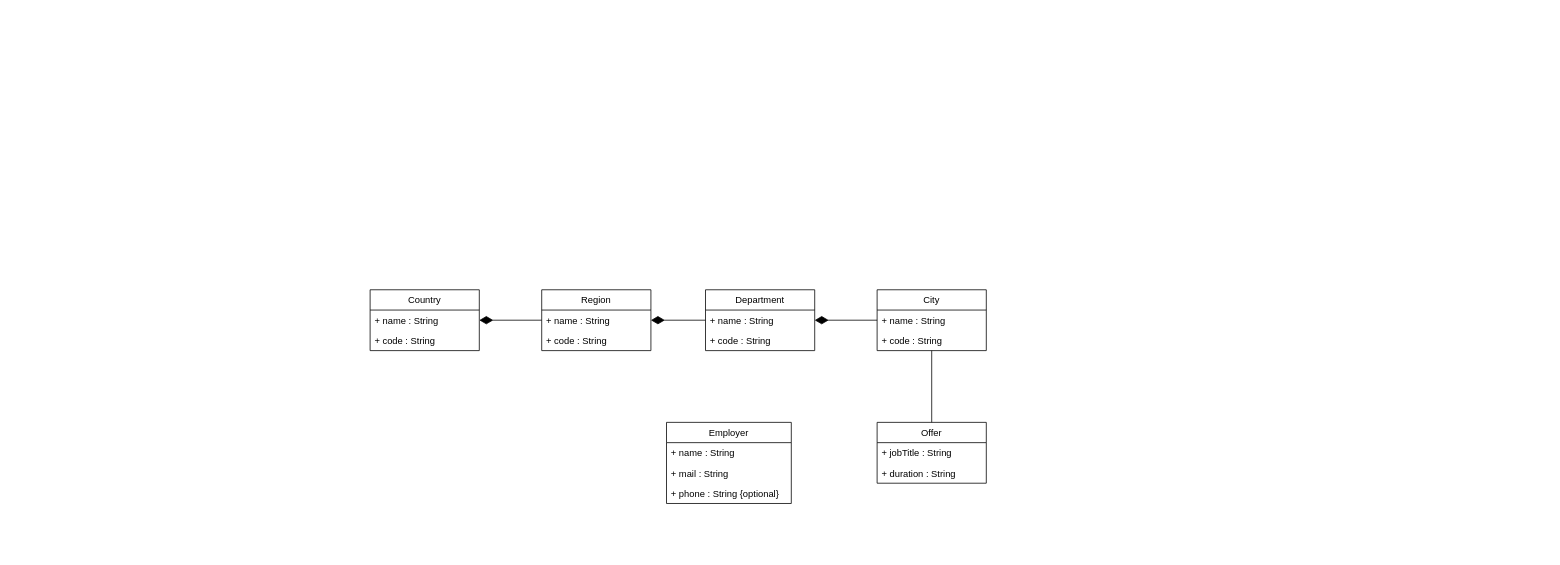
Papittson/JobRetriever keeps this draw.io diagram as UML.drawio. Above is the earlier version. Source tidied: cells renumbered, new cells numbered last; positions are measured from the earlier drawing's top-left corner, leaving out a move shared by most shapes. Both pictures are drawn from the tidied source at 78%, with x=0, y=0 at pixel (370, 289).
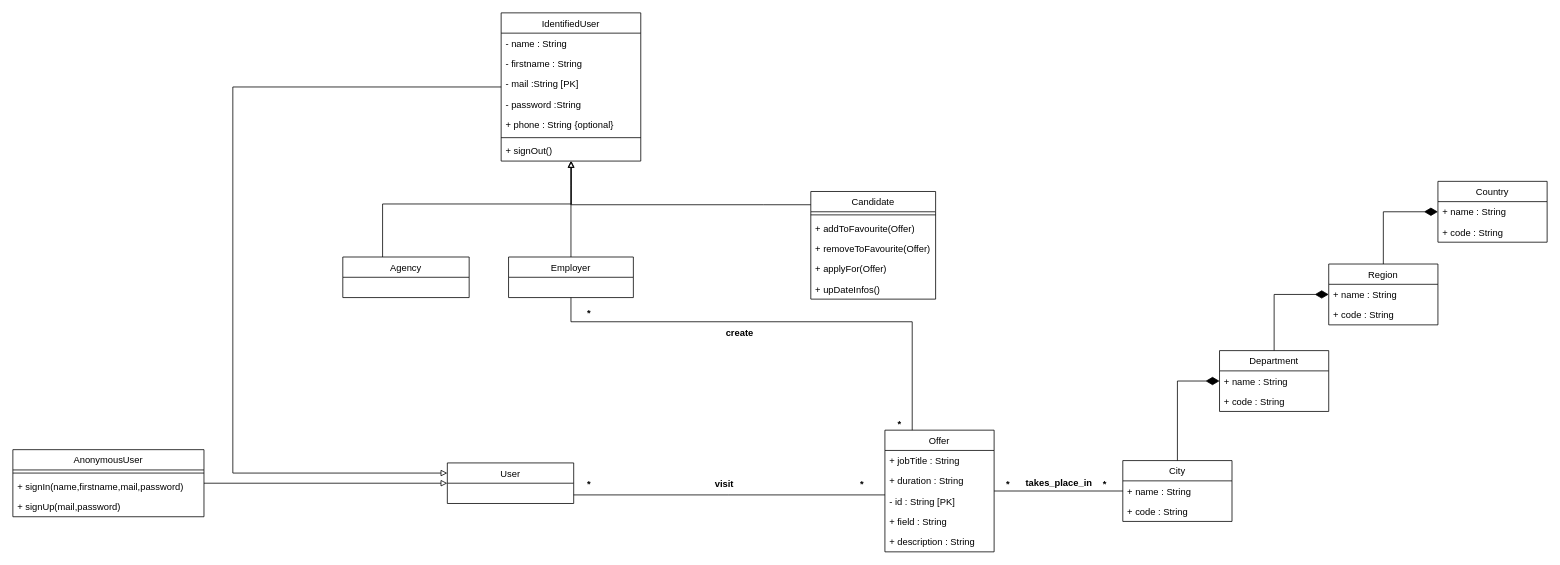
Above is the later version.

Diff of the diagram source:
```diff
@@
     <mxCell id="3" value="Offer" style="swimlane;fontStyle=0;horizontal=1;startSize=26;fillColor=none;" parent="1" vertex="1">
-      <mxGeometry x="650" y="170" width="140" height="78" as="geometry" />
+      <mxGeometry x="660" y="180" width="140" height="156" as="geometry" />
     </mxCell>
@@
+    <mxCell id="25" value="- id : String [PK]" style="text;strokeColor=none;fillColor=none;align=left;verticalAlign=top;spacingLeft=4;spacingRight=4;overflow=hidden;" parent="3" vertex="1">
+      <mxGeometry y="78" width="140" height="26" as="geometry" />
+    </mxCell>
+    <mxCell id="26" value="+ field : String" style="text;strokeColor=none;fillColor=none;align=left;verticalAlign=top;spacingLeft=4;spacingRight=4;overflow=hidden;" parent="3" vertex="1">
+      <mxGeometry y="104" width="140" height="26" as="geometry" />
+    </mxCell>
+    <mxCell id="27" value="+ description : String" style="text;strokeColor=none;fillColor=none;align=left;verticalAlign=top;spacingLeft=4;spacingRight=4;overflow=hidden;" parent="3" vertex="1">
+      <mxGeometry y="130" width="140" height="26" as="geometry" />
+    </mxCell>
     <mxCell id="6" value="Country" style="swimlane;fontStyle=0;horizontal=1;startSize=26;fillColor=none;" parent="1" vertex="1">
-      <mxGeometry width="140" height="78" as="geometry" />
+      <mxGeometry x="1369" y="-139" width="140" height="78" as="geometry" />
     </mxCell>
-    <mxCell id="7" value="+ name : String" style="text;strokeColor=none;fillColor=none;align=left;verticalAlign=top;spacingLeft=4;spacingRight=4;overflow=hidden;points=[[0,0.5],[1,0.5]];portConstraint=eastwest;" parent="6" vertex="1">
-      <mxGeometry y="26" width="140" height="26" as="geometry" />
-    </mxCell>
-    <mxCell id="8" value="+ code : String" style="text;strokeColor=none;fillColor=none;align=left;verticalAlign=top;spacingLeft=4;spacingRight=4;overflow=hidden;" parent="6" vertex="1">
-      <mxGeometry y="52" width="140" height="26" as="geometry" />
-    </mxCell>
-    <mxCell id="9" style="edgeStyle=orthogonalEdgeStyle;rounded=0;jettySize=auto;html=1;entryX=1;entryY=0.5;entryDx=0;entryDy=0;endArrow=diamondThin;endFill=1;endSize=15;" parent="1" edge="1" source="10" target="7">
-      <mxGeometry relative="1" as="geometry" />
-    </mxCell>
+    <mxCell id="28" value="+ name : String" style="text;strokeColor=none;fillColor=none;align=left;verticalAlign=top;spacingLeft=4;spacingRight=4;overflow=hidden;points=[[0,0.5],[1,0.5]];portConstraint=eastwest;" parent="6" vertex="1">
+      <mxGeometry y="26" width="140" height="26" as="geometry" />
+    </mxCell>
+    <mxCell id="29" value="+ code : String" style="text;strokeColor=none;fillColor=none;align=left;verticalAlign=top;spacingLeft=4;spacingRight=4;overflow=hidden;" parent="6" vertex="1">
+      <mxGeometry y="52" width="140" height="26" as="geometry" />
+    </mxCell>
+    <mxCell id="30" style="edgeStyle=orthogonalEdgeStyle;rounded=0;jettySize=auto;html=1;entryX=0;entryY=0.5;entryDx=0;entryDy=0;endArrow=diamondThin;endFill=1;endSize=15;" parent="1" edge="1" source="10" target="28">
+      <mxGeometry relative="1" as="geometry" />
+    </mxCell>
     <mxCell id="10" value="Region" style="swimlane;fontStyle=0;horizontal=1;startSize=26;fillColor=none;" parent="1" vertex="1">
-      <mxGeometry x="220" width="140" height="78" as="geometry" />
+      <mxGeometry x="1229" y="-33" width="140" height="78" as="geometry" />
     </mxCell>
-    <mxCell id="11" value="+ name : String" style="text;strokeColor=none;fillColor=none;align=left;verticalAlign=top;spacingLeft=4;spacingRight=4;overflow=hidden;points=[[0,0.5],[1,0.5]];portConstraint=eastwest;" parent="10" vertex="1">
-      <mxGeometry y="26" width="140" height="26" as="geometry" />
-    </mxCell>
-    <mxCell id="12" value="+ code : String" style="text;strokeColor=none;fillColor=none;align=left;verticalAlign=top;spacingLeft=4;spacingRight=4;overflow=hidden;" parent="10" vertex="1">
-      <mxGeometry y="52" width="140" height="26" as="geometry" />
-    </mxCell>
-    <mxCell id="13" style="edgeStyle=orthogonalEdgeStyle;rounded=0;jettySize=auto;html=1;entryX=1;entryY=0.5;entryDx=0;entryDy=0;endArrow=diamondThin;endFill=1;endSize=15;startSize=0;" parent="1" edge="1" source="14" target="19">
-      <mxGeometry relative="1" as="geometry" />
-    </mxCell>
+    <mxCell id="31" value="+ name : String" style="text;strokeColor=none;fillColor=none;align=left;verticalAlign=top;spacingLeft=4;spacingRight=4;overflow=hidden;points=[[0,0.5],[1,0.5]];portConstraint=eastwest;" parent="10" vertex="1">
+      <mxGeometry y="26" width="140" height="26" as="geometry" />
+    </mxCell>
+    <mxCell id="32" value="+ code : String" style="text;strokeColor=none;fillColor=none;align=left;verticalAlign=top;spacingLeft=4;spacingRight=4;overflow=hidden;" parent="10" vertex="1">
+      <mxGeometry y="52" width="140" height="26" as="geometry" />
+    </mxCell>
+    <mxCell id="33" style="edgeStyle=orthogonalEdgeStyle;rounded=0;jettySize=auto;html=1;entryX=0;entryY=0.5;entryDx=0;entryDy=0;endArrow=diamondThin;endFill=1;endSize=15;startSize=0;" parent="1" edge="1" source="14" target="37">
+      <mxGeometry relative="1" as="geometry" />
+    </mxCell>
     <mxCell id="14" value="City" style="swimlane;fontStyle=0;horizontal=1;startSize=26;fillColor=none;" parent="1" vertex="1">
-      <mxGeometry x="650" width="140" height="78" as="geometry" />
+      <mxGeometry x="965" y="219" width="140" height="78" as="geometry" />
     </mxCell>
-    <mxCell id="15" value="+ name : String" style="text;strokeColor=none;fillColor=none;align=left;verticalAlign=top;spacingLeft=4;spacingRight=4;overflow=hidden;" parent="14" vertex="1">
-      <mxGeometry y="26" width="140" height="26" as="geometry" />
-    </mxCell>
-    <mxCell id="16" value="+ code : String" style="text;strokeColor=none;fillColor=none;align=left;verticalAlign=top;spacingLeft=4;spacingRight=4;overflow=hidden;" parent="14" vertex="1">
-      <mxGeometry y="52" width="140" height="26" as="geometry" />
-    </mxCell>
-    <mxCell id="17" style="edgeStyle=orthogonalEdgeStyle;rounded=0;jettySize=auto;html=1;entryX=1;entryY=0.5;entryDx=0;entryDy=0;endArrow=diamondThin;endFill=1;endSize=15;" parent="1" edge="1" source="18" target="11">
-      <mxGeometry relative="1" as="geometry" />
-    </mxCell>
+    <mxCell id="34" value="+ name : String" style="text;strokeColor=none;fillColor=none;align=left;verticalAlign=top;spacingLeft=4;spacingRight=4;overflow=hidden;" parent="14" vertex="1">
+      <mxGeometry y="26" width="140" height="26" as="geometry" />
+    </mxCell>
+    <mxCell id="35" value="+ code : String" style="text;strokeColor=none;fillColor=none;align=left;verticalAlign=top;spacingLeft=4;spacingRight=4;overflow=hidden;" parent="14" vertex="1">
+      <mxGeometry y="52" width="140" height="26" as="geometry" />
+    </mxCell>
+    <mxCell id="36" style="edgeStyle=orthogonalEdgeStyle;rounded=0;jettySize=auto;html=1;entryX=0;entryY=0.5;entryDx=0;entryDy=0;endArrow=diamondThin;endFill=1;endSize=15;" parent="1" edge="1" source="18" target="31">
+      <mxGeometry relative="1" as="geometry" />
+    </mxCell>
     <mxCell id="18" value="Department" style="swimlane;fontStyle=0;horizontal=1;startSize=26;fillColor=none;" parent="1" vertex="1">
-      <mxGeometry x="430" width="140" height="78" as="geometry" />
+      <mxGeometry x="1089" y="78" width="140" height="78" as="geometry" />
     </mxCell>
-    <mxCell id="19" value="+ name : String" style="text;strokeColor=none;fillColor=none;align=left;verticalAlign=top;spacingLeft=4;spacingRight=4;overflow=hidden;points=[[0,0.5],[1,0.5]];portConstraint=eastwest;" parent="18" vertex="1">
-      <mxGeometry y="26" width="140" height="26" as="geometry" />
-    </mxCell>
-    <mxCell id="20" value="+ code : String" style="text;strokeColor=none;fillColor=none;align=left;verticalAlign=top;spacingLeft=4;spacingRight=4;overflow=hidden;" parent="18" vertex="1">
-      <mxGeometry y="52" width="140" height="26" as="geometry" />
-    </mxCell>
+    <mxCell id="37" value="+ name : String" style="text;strokeColor=none;fillColor=none;align=left;verticalAlign=top;spacingLeft=4;spacingRight=4;overflow=hidden;points=[[0,0.5],[1,0.5]];portConstraint=eastwest;" parent="18" vertex="1">
+      <mxGeometry y="26" width="140" height="26" as="geometry" />
+    </mxCell>
+    <mxCell id="38" value="+ code : String" style="text;strokeColor=none;fillColor=none;align=left;verticalAlign=top;spacingLeft=4;spacingRight=4;overflow=hidden;" parent="18" vertex="1">
+      <mxGeometry y="52" width="140" height="26" as="geometry" />
+    </mxCell>
+    <mxCell id="39" style="edgeStyle=orthogonalEdgeStyle;rounded=0;jettySize=auto;html=1;endArrow=block;endFill=0;" parent="1" edge="1" source="21" target="49">
+      <mxGeometry relative="1" as="geometry">
+        <Array as="points">
+          <mxPoint x="258" y="-134" />
+          <mxPoint x="258" y="-134" />
+        </Array>
+      </mxGeometry>
+    </mxCell>
+    <mxCell id="40" style="edgeStyle=orthogonalEdgeStyle;rounded=0;jettySize=auto;html=1;entryX=0.25;entryY=0;entryDx=0;entryDy=0;endArrow=none;endFill=0;" parent="1" edge="1" source="21" target="3">
+      <mxGeometry relative="1" as="geometry">
+        <Array as="points">
+          <mxPoint x="258" y="41" />
+          <mxPoint x="695" y="41" />
+        </Array>
+      </mxGeometry>
+    </mxCell>
     <mxCell id="21" value="Employer" style="swimlane;fontStyle=0;horizontal=1;startSize=26;fillColor=none;" parent="1" vertex="1">
-      <mxGeometry x="380" y="170" width="160" height="104" as="geometry" />
+      <mxGeometry x="177.5" y="-42" width="160" height="52" as="geometry" />
     </mxCell>
-    <mxCell id="22" value="+ name : String" style="text;strokeColor=none;fillColor=none;align=left;verticalAlign=top;spacingLeft=4;spacingRight=4;overflow=hidden;" parent="21" vertex="1">
-      <mxGeometry y="26" width="160" height="26" as="geometry" />
-    </mxCell>
-    <mxCell id="23" value="+ mail : String" style="text;strokeColor=none;fillColor=none;align=left;verticalAlign=top;spacingLeft=4;spacingRight=4;overflow=hidden;" parent="21" vertex="1">
-      <mxGeometry y="52" width="160" height="26" as="geometry" />
-    </mxCell>
+    <mxCell id="41" style="edgeStyle=orthogonalEdgeStyle;rounded=0;jettySize=auto;html=1;endArrow=block;endFill=0;" parent="1" edge="1" source="42" target="49">
+      <mxGeometry relative="1" as="geometry">
+        <Array as="points">
+          <mxPoint x="16" y="-110" />
+          <mxPoint x="258" y="-110" />
+        </Array>
+      </mxGeometry>
+    </mxCell>
+    <mxCell id="42" value="Agency" style="swimlane;fontStyle=0;horizontal=1;startSize=26;fillColor=none;" parent="1" vertex="1">
+      <mxGeometry x="-35" y="-42" width="162" height="52" as="geometry" />
+    </mxCell>
+    <mxCell id="43" style="edgeStyle=orthogonalEdgeStyle;rounded=0;jettySize=auto;html=1;entryX=0;entryY=0.5;entryDx=0;entryDy=0;endArrow=block;endFill=0;" parent="1" edge="1" source="44" target="64">
+      <mxGeometry relative="1" as="geometry" />
+    </mxCell>
+    <mxCell id="44" value="AnonymousUser" style="swimlane;fontStyle=0;horizontal=1;startSize=26;fillColor=none;" parent="1" vertex="1">
+      <mxGeometry x="-458" y="205" width="245" height="86" as="geometry" />
+    </mxCell>
+    <mxCell id="45" style="line;strokeWidth=1;fillColor=none;align=left;verticalAlign=middle;spacingTop=-1;spacingLeft=3;spacingRight=3;labelPosition=right;strokeColor=inherit;" parent="44" vertex="1">
+      <mxGeometry y="26" width="245" height="8" as="geometry" />
+    </mxCell>
+    <mxCell id="46" value="+ signIn(name,firstname,mail,password)" style="text;strokeColor=none;fillColor=none;align=left;verticalAlign=top;spacingLeft=4;spacingRight=4;overflow=hidden;" parent="44" vertex="1">
+      <mxGeometry y="34" width="245" height="26" as="geometry" />
+    </mxCell>
+    <mxCell id="47" value="+ signUp(mail,password)" style="text;strokeColor=none;fillColor=none;align=left;verticalAlign=top;spacingLeft=4;spacingRight=4;overflow=hidden;" parent="44" vertex="1">
+      <mxGeometry y="60" width="245" height="26" as="geometry" />
+    </mxCell>
+    <mxCell id="48" style="edgeStyle=orthogonalEdgeStyle;rounded=0;jettySize=auto;html=1;entryX=0;entryY=0.25;entryDx=0;entryDy=0;endArrow=block;endFill=0;" parent="1" edge="1" source="49" target="64">
+      <mxGeometry relative="1" as="geometry">
+        <Array as="points">
+          <mxPoint x="-176" y="-260" />
+          <mxPoint x="-176" y="235" />
+        </Array>
+      </mxGeometry>
+    </mxCell>
+    <mxCell id="49" value="IdentifiedUser" style="swimlane;fontStyle=0;horizontal=1;startSize=26;fillColor=none;" parent="1" vertex="1">
+      <mxGeometry x="168" y="-355" width="179" height="190" as="geometry" />
+    </mxCell>
+    <mxCell id="50" value="- name : String" style="text;strokeColor=none;fillColor=none;align=left;verticalAlign=top;spacingLeft=4;spacingRight=4;overflow=hidden;" parent="49" vertex="1">
+      <mxGeometry y="26" width="179" height="26" as="geometry" />
+    </mxCell>
+    <mxCell id="51" value="- firstname : String" style="text;strokeColor=none;fillColor=none;align=left;verticalAlign=top;spacingLeft=4;spacingRight=4;overflow=hidden;" parent="49" vertex="1">
+      <mxGeometry y="52" width="179" height="26" as="geometry" />
+    </mxCell>
+    <mxCell id="52" value="- mail :String [PK]" style="text;strokeColor=none;fillColor=none;align=left;verticalAlign=top;spacingLeft=4;spacingRight=4;overflow=hidden;" parent="49" vertex="1">
+      <mxGeometry y="78" width="179" height="26" as="geometry" />
+    </mxCell>
+    <mxCell id="53" value="- password :String" style="text;strokeColor=none;fillColor=none;align=left;verticalAlign=top;spacingLeft=4;spacingRight=4;overflow=hidden;" parent="49" vertex="1">
+      <mxGeometry y="104" width="179" height="26" as="geometry" />
+    </mxCell>
-    <mxCell id="24" value="+ phone : String {optional}" style="text;strokeColor=none;fillColor=none;align=left;verticalAlign=top;spacingLeft=4;spacingRight=4;overflow=hidden;" parent="21" vertex="1">
-      <mxGeometry y="78" width="160" height="26" as="geometry" />
+    <mxCell id="24" value="+ phone : String {optional}" style="text;strokeColor=none;fillColor=none;align=left;verticalAlign=top;spacingLeft=4;spacingRight=4;overflow=hidden;" parent="49" vertex="1">
+      <mxGeometry y="130" width="179" height="26" as="geometry" />
     </mxCell>
+    <mxCell id="54" style="line;strokeWidth=1;fillColor=none;align=left;verticalAlign=middle;spacingTop=-1;spacingLeft=3;spacingRight=3;labelPosition=right;strokeColor=inherit;" parent="49" vertex="1">
+      <mxGeometry y="156" width="179" height="8" as="geometry" />
+    </mxCell>
+    <mxCell id="55" value="+ signOut()" style="text;strokeColor=none;fillColor=none;align=left;verticalAlign=top;spacingLeft=4;spacingRight=4;overflow=hidden;" parent="49" vertex="1">
+      <mxGeometry y="164" width="179" height="26" as="geometry" />
+    </mxCell>
+    <mxCell id="56" style="edgeStyle=orthogonalEdgeStyle;rounded=0;jettySize=auto;html=1;endArrow=block;endFill=0;" parent="1" edge="1" source="57" target="49">
+      <mxGeometry relative="1" as="geometry">
+        <Array as="points">
+          <mxPoint x="504" y="-109" />
+          <mxPoint x="258" y="-109" />
+        </Array>
+      </mxGeometry>
+    </mxCell>
+    <mxCell id="57" value="Candidate" style="swimlane;fontStyle=0;horizontal=1;startSize=26;fillColor=none;" parent="1" vertex="1">
+      <mxGeometry x="565" y="-126" width="160" height="138" as="geometry" />
+    </mxCell>
+    <mxCell id="58" style="line;strokeWidth=1;fillColor=none;align=left;verticalAlign=middle;spacingTop=-1;spacingLeft=3;spacingRight=3;labelPosition=right;strokeColor=inherit;" parent="57" vertex="1">
+      <mxGeometry y="26" width="160" height="8" as="geometry" />
+    </mxCell>
+    <mxCell id="59" value="+ addToFavourite(Offer)" style="text;strokeColor=none;fillColor=none;align=left;verticalAlign=top;spacingLeft=4;spacingRight=4;overflow=hidden;" parent="57" vertex="1">
+      <mxGeometry y="34" width="160" height="26" as="geometry" />
+    </mxCell>
+    <mxCell id="60" value="+ removeToFavourite(Offer)" style="text;strokeColor=none;fillColor=none;align=left;verticalAlign=top;spacingLeft=4;spacingRight=4;overflow=hidden;" parent="57" vertex="1">
+      <mxGeometry y="60" width="160" height="26" as="geometry" />
+    </mxCell>
+    <mxCell id="61" value="+ applyFor(Offer)" style="text;strokeColor=none;fillColor=none;align=left;verticalAlign=top;spacingLeft=4;spacingRight=4;overflow=hidden;" parent="57" vertex="1">
+      <mxGeometry y="86" width="160" height="26" as="geometry" />
+    </mxCell>
+    <mxCell id="62" value="+ upDateInfos()" style="text;strokeColor=none;fillColor=none;align=left;verticalAlign=top;spacingLeft=4;spacingRight=4;overflow=hidden;" parent="57" vertex="1">
+      <mxGeometry y="112" width="160" height="26" as="geometry" />
+    </mxCell>
+    <mxCell id="63" style="edgeStyle=orthogonalEdgeStyle;rounded=0;jettySize=auto;html=1;endArrow=none;endFill=0;" parent="1" edge="1" source="64" target="3">
+      <mxGeometry relative="1" as="geometry">
+        <Array as="points">
+          <mxPoint x="459" y="263" />
+          <mxPoint x="459" y="263" />
+        </Array>
+      </mxGeometry>
+    </mxCell>
+    <mxCell id="64" value="User" style="swimlane;fontStyle=0;horizontal=1;startSize=26;fillColor=none;" parent="1" vertex="1">
+      <mxGeometry x="99" y="222" width="162" height="52" as="geometry" />
+    </mxCell>
+    <mxCell id="65" value="*" style="text;align=center;fontStyle=1;verticalAlign=middle;spacingLeft=3;spacingRight=3;strokeColor=none;" parent="1" vertex="1">
+      <mxGeometry x="591" y="235" width="80" height="26" as="geometry" />
+    </mxCell>
+    <mxCell id="66" value="*" style="text;align=center;fontStyle=1;verticalAlign=middle;spacingLeft=3;spacingRight=3;strokeColor=none;" parent="1" vertex="1">
+      <mxGeometry x="241" y="235" width="80" height="26" as="geometry" />
+    </mxCell>
+    <mxCell id="67" value="*" style="text;align=center;fontStyle=1;verticalAlign=middle;spacingLeft=3;spacingRight=3;strokeColor=none;" parent="1" vertex="1">
+      <mxGeometry x="902" y="236" width="80" height="26" as="geometry" />
+    </mxCell>
+    <mxCell id="68" value="*" style="text;align=center;fontStyle=1;verticalAlign=middle;spacingLeft=3;spacingRight=3;strokeColor=none;" parent="1" vertex="1">
+      <mxGeometry x="778" y="236" width="80" height="26" as="geometry" />
+    </mxCell>
+    <mxCell id="69" value="visit " style="text;align=center;fontStyle=1;verticalAlign=middle;spacingLeft=3;spacingRight=3;strokeColor=none;" parent="1" vertex="1">
+      <mxGeometry x="416" y="235" width="80" height="26" as="geometry" />
+    </mxCell>
+    <mxCell id="70" value="takes_place_in " style="text;align=center;fontStyle=1;verticalAlign=middle;spacingLeft=3;spacingRight=3;strokeColor=none;" parent="1" vertex="1">
+      <mxGeometry x="845" y="234" width="80" height="26" as="geometry" />
+    </mxCell>
+    <mxCell id="71" value="*" style="text;align=center;fontStyle=1;verticalAlign=middle;spacingLeft=3;spacingRight=3;strokeColor=none;" parent="1" vertex="1">
+      <mxGeometry x="241" y="16" width="80" height="26" as="geometry" />
+    </mxCell>
+    <mxCell id="72" value="create" style="text;align=center;fontStyle=1;verticalAlign=middle;spacingLeft=3;spacingRight=3;strokeColor=none;" parent="1" vertex="1">
+      <mxGeometry x="434" y="42" width="80" height="26" as="geometry" />
+    </mxCell>
+    <mxCell id="73" value="*" style="text;align=center;fontStyle=1;verticalAlign=middle;spacingLeft=3;spacingRight=3;strokeColor=none;" parent="1" vertex="1">
+      <mxGeometry x="639" y="159" width="80" height="26" as="geometry" />
+    </mxCell>
```
